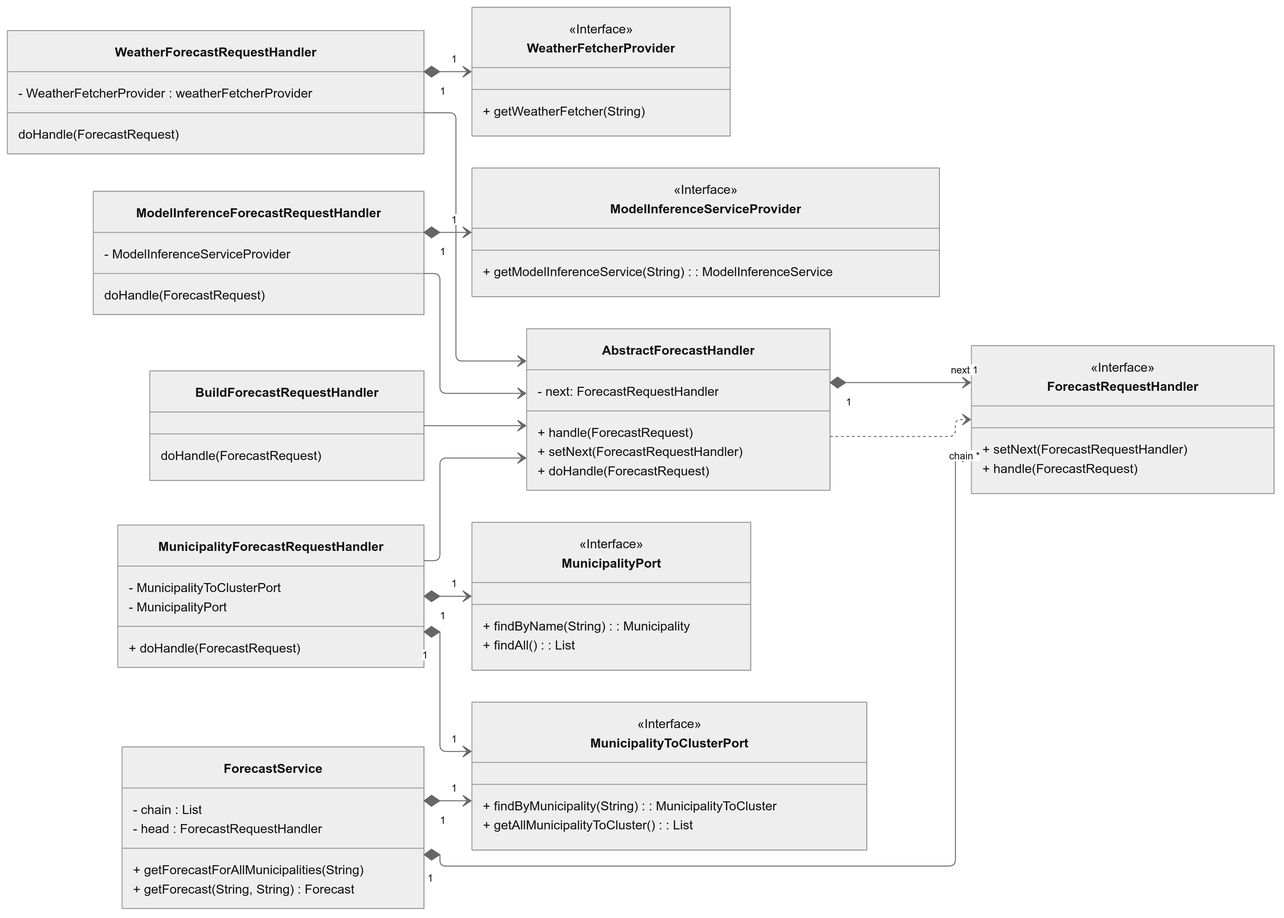
Before: chapters/ch3_methodology/images/backend_application.png, a diagram exported from Mermaid (stormmind-ch/report). Its source is kept beside it as diagram/backend_application.mermaid. The source it was exported from:
```mermaid
---
config:
  theme: neutral
  look: classic
  layout: elk
---
classDiagram
direction LR
    class AbstractForecastHandler {
	    -  next: ForecastRequestHandler
	    + handle(ForecastRequest)
	    + setNext(ForecastRequestHandler)
      + doHandle(ForecastRequest)
    }
    class BuildForecastRequestHandler {
      doHandle(ForecastRequest)
    }
    class ForecastRequestHandler {
	    + setNext(ForecastRequestHandler)
	    + handle(ForecastRequest)
    }
    class ForecastService {
	    - chain : List<ForecastRequestHandler
      - head : ForecastRequestHandler
	    + getForecastForAllMunicipalities(String)
	    + getForecast(String, String) Forecast
    }
    class ModelInferenceForecastRequestHandler {
      - ModelInferenceServiceProvider
	    doHandle(ForecastRequest)
    }
    class MunicipalityForecastRequestHandler {
	    - MunicipalityToClusterPort
	    - MunicipalityPort
	    + doHandle(ForecastRequest)
    }
    class MunicipalityPort {
	    + findByName(String) :  Municipality
	    + findAll() : List
    }
    class MunicipalityToClusterPort {
	    + findByMunicipality(String) : MunicipalityToCluster
	    + getAllMunicipalityToCluster() : List
    }
    class WeatherFetcherProvider {
	    + getWeatherFetcher(String)
    }
    class WeatherForecastRequestHandler {
	    - WeatherFetcherProvider :  weatherFetcherProvider
	    doHandle(ForecastRequest)
    }
    class ModelInferenceServiceProvider {
	    + getModelInferenceService(String) : ModelInferenceService
    }

	<<Interface>> ForecastRequestHandler
	<<Interface>> MunicipalityPort
	<<Interface>> MunicipalityToClusterPort
	<<Interface>> WeatherFetcherProvider
	<<Interface>> ModelInferenceServiceProvider

    AbstractForecastHandler ..> ForecastRequestHandler
    AbstractForecastHandler "1" *--> "next 1" ForecastRequestHandler
    BuildForecastRequestHandler --|> AbstractForecastHandler
    ForecastService "1" *--> "chain *" ForecastRequestHandler
    ForecastService "1" *--> "1" MunicipalityToClusterPort
    ModelInferenceForecastRequestHandler --|> AbstractForecastHandler
    ModelInferenceForecastRequestHandler "1" *--> "1" ModelInferenceServiceProvider
    MunicipalityForecastRequestHandler --|> AbstractForecastHandler
    MunicipalityForecastRequestHandler "1" *--> "1" MunicipalityPort
    MunicipalityForecastRequestHandler "1" *--> "1" MunicipalityToClusterPort
    WeatherForecastRequestHandler --|> AbstractForecastHandler
    WeatherForecastRequestHandler "1" *--> "1" WeatherFetcherProvider
```
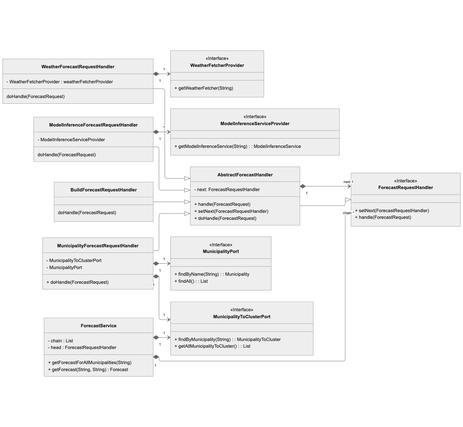
Above is the later version.

What changed in the source:
```diff
@@ -59,7 +59,7 @@
 	<<Interface>> WeatherFetcherProvider
 	<<Interface>> ModelInferenceServiceProvider
 
-    AbstractForecastHandler ..> ForecastRequestHandler
+    AbstractForecastHandler --|> ForecastRequestHandler
     AbstractForecastHandler "1" *--> "next 1" ForecastRequestHandler
     BuildForecastRequestHandler --|> AbstractForecastHandler
     ForecastService "1" *--> "chain *" ForecastRequestHandler
```
